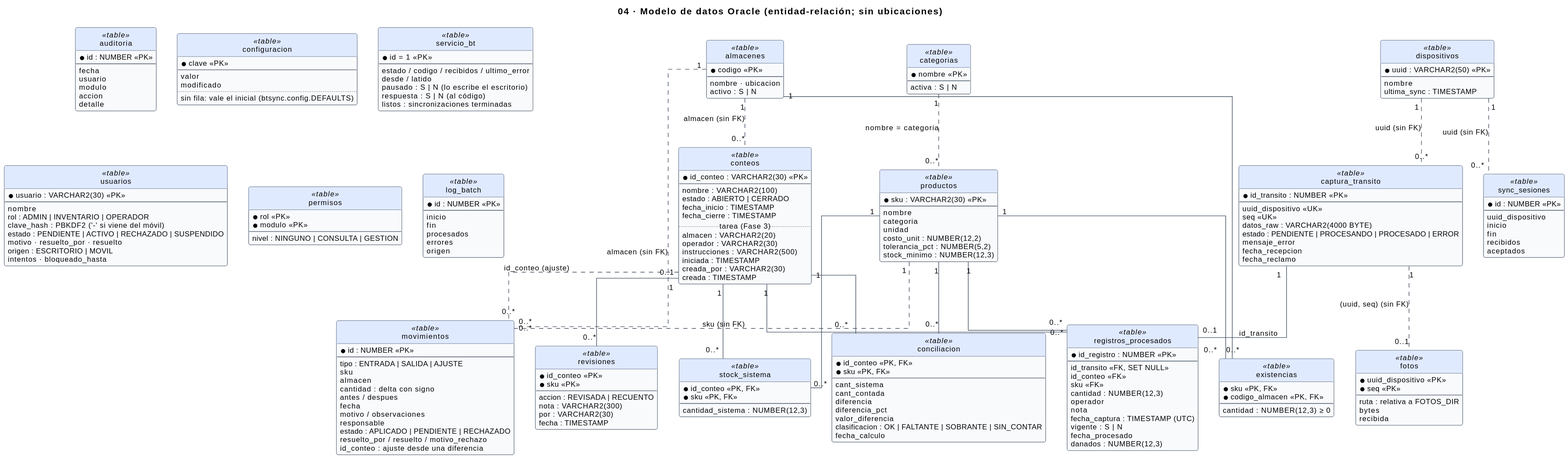
Before: docs/img/uml/04-modelo-datos.svg, a diagram exported from PlantUML (sebas-archive/kardex-bt).
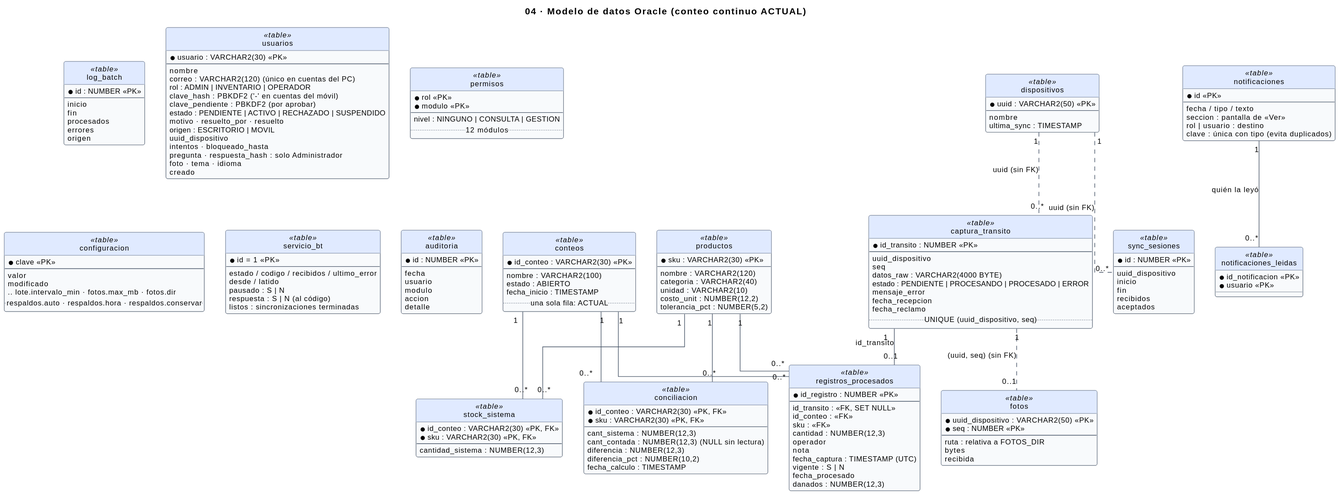
The same file after the commit.

Diff of the diagram source:
```diff
@@ -1,6 +1,6 @@
 @startuml
 !include estilo.iuml
-title 04 · Modelo de datos Oracle (entidad-relación; sin ubicaciones)
+title 04 · Modelo de datos Oracle (conteo continuo ACTUAL)
 hide circle
 skinparam linetype ortho
 
@@ -8,40 +8,148 @@
   * id_conteo : VARCHAR2(30) <<PK>>
   --
   nombre : VARCHAR2(100)
-  estado : ABIERTO | CERRADO
+  estado : ABIERTO
   fecha_inicio : TIMESTAMP
-  fecha_cierre : TIMESTAMP
-  .. tarea (Fase 3) ..
-  almacen : VARCHAR2(20)
-  operador : VARCHAR2(30)
-  instrucciones : VARCHAR2(500)
-  iniciada : TIMESTAMP
-  creada_por : VARCHAR2(30)
-  creada : TIMESTAMP
+  .. una sola fila: ACTUAL ..
 }
-class movimientos <<table>> {
-  * id : NUMBER <<PK>>
+
+class productos <<table>> {
+  * sku : VARCHAR2(30) <<PK>>
   --
-  tipo : ENTRADA | SALIDA | AJUSTE
-  sku
-  almacen
-  cantidad : delta con signo
-  antes / despues
-  fecha
-  motivo / observaciones
-  responsable
-  estado : APLICADO | PENDIENTE | RECHAZADO
-  resuelto_por / resuelto / motivo_rechazo
-  id_conteo : ajuste desde una diferencia
+  nombre : VARCHAR2(120)
+  categoria : VARCHAR2(40)
+  unidad : VARCHAR2(10)
+  costo_unit : NUMBER(12,2)
+  tolerancia_pct : NUMBER(5,2)
 }
+
+class stock_sistema <<table>> {
+  * id_conteo : VARCHAR2(30) <<PK, FK>>
+  * sku : VARCHAR2(30) <<PK, FK>>
+  --
+  cantidad_sistema : NUMBER(12,3)
+}
+
+class dispositivos <<table>> {
+  * uuid : VARCHAR2(50) <<PK>>
+  --
+  nombre
+  ultima_sync : TIMESTAMP
+}
+
+class captura_transito <<table>> {
+  * id_transito : NUMBER <<PK>>
+  --
+  uuid_dispositivo
+  seq
+  datos_raw : VARCHAR2(4000 BYTE)
+  estado : PENDIENTE | PROCESANDO | PROCESADO | ERROR
+  mensaje_error
+  fecha_recepcion
+  fecha_reclamo
+  .. UNIQUE (uuid_dispositivo, seq) ..
+}
+
+class registros_procesados <<table>> {
+  * id_registro : NUMBER <<PK>>
+  --
+  id_transito : <<FK, SET NULL>>
+  id_conteo : <<FK>>
+  sku : <<FK>>
+  cantidad : NUMBER(12,3)
+  operador
+  nota
+  fecha_captura : TIMESTAMP (UTC)
+  vigente : S | N
+  fecha_procesado
+  danados : NUMBER(12,3)
+}
+
+class conciliacion <<table>> {
+  * id_conteo : VARCHAR2(30) <<PK, FK>>
+  * sku : VARCHAR2(30) <<PK, FK>>
+  --
+  cant_sistema : NUMBER(12,3)
+  cant_contada : NUMBER(12,3) (NULL sin lectura)
+  diferencia : NUMBER(12,3)
+  diferencia_pct : NUMBER(10,2)
+  fecha_calculo : TIMESTAMP
+}
+
 class fotos <<table>> {
-  * uuid_dispositivo <<PK>>
-  * seq <<PK>>
+  * uuid_dispositivo : VARCHAR2(50) <<PK>>
+  * seq : NUMBER <<PK>>
   --
   ruta : relativa a FOTOS_DIR
   bytes
   recibida
 }
+
+class sync_sesiones <<table>> {
+  * id : NUMBER <<PK>>
+  --
+  uuid_dispositivo
+  inicio
+  fin
+  recibidos
+  aceptados
+}
+
+class log_batch <<table>> {
+  * id : NUMBER <<PK>>
+  --
+  inicio
+  fin
+  procesados
+  errores
+  origen
+}
+
+class usuarios <<table>> {
+  * usuario : VARCHAR2(30) <<PK>>
+  --
+  nombre
+  correo : VARCHAR2(120) (único en cuentas del PC)
+  rol : ADMIN | INVENTARIO | OPERADOR
+  clave_hash : PBKDF2 ('-' en cuentas del móvil)
+  clave_pendiente : PBKDF2 (por aprobar)
+  estado : PENDIENTE | ACTIVO | RECHAZADO | SUSPENDIDO
+  motivo · resuelto_por · resuelto
+  origen : ESCRITORIO | MOVIL
+  uuid_dispositivo
+  intentos · bloqueado_hasta
+  pregunta · respuesta_hash : solo Administrador
+  foto · tema · idioma
+  creado
+}
+
+class permisos <<table>> {
+  * rol <<PK>>
+  * modulo <<PK>>
+  --
+  nivel : NINGUNO | CONSULTA | GESTION
+  .. 12 módulos ..
+}
+
+class configuracion <<table>> {
+  * clave <<PK>>
+  --
+  valor
+  modificado
+  .. lote.intervalo_min · fotos.max_mb · fotos.dir
+  .. respaldos.auto · respaldos.hora · respaldos.conservar ..
+}
+
+class servicio_bt <<table>> {
+  * id = 1 <<PK>>
+  --
+  estado / codigo / recibidos / ultimo_error
+  desde / latido
+  pausado : S | N
+  respuesta : S | N (al código)
+  listos : sincronizaciones terminadas
+}
+
 class auditoria <<table>> {
   * id : NUMBER <<PK>>
   --
@@ -51,142 +159,19 @@
   accion
   detalle
 }
-class configuracion <<table>> {
-  * clave <<PK>>
+
+class notificaciones <<table>> {
+  * id <<PK>>
   --
-  valor
-  modificado
-  ..
-  sin fila: vale el inicial (btsync.config.DEFAULTS)
+  fecha / tipo / texto
+  seccion : pantalla de «Ver»
+  rol | usuario : destino
+  clave : única con tipo (evita duplicados)
 }
-class servicio_bt <<table>> {
-  * id = 1 <<PK>>
-  --
-  estado / codigo / recibidos / ultimo_error
-  desde / latido
-  pausado : S | N  (lo escribe el escritorio)
-  respuesta : S | N  (al código)
-  listos : sincronizaciones terminadas
-}
-class revisiones <<table>> {
-  * id_conteo <<PK>>
-  * sku <<PK>>
-  --
-  accion : REVISADA | RECUENTO
-  nota : VARCHAR2(300)
-  por : VARCHAR2(30)
-  fecha : TIMESTAMP
-}
-class productos <<table>> {
-  * sku : VARCHAR2(30) <<PK>>
-  --
-  nombre
-  categoria
-  unidad
-  costo_unit : NUMBER(12,2)
-  tolerancia_pct : NUMBER(5,2)
-  stock_minimo : NUMBER(12,3)
-}
-class usuarios <<table>> {
-  * usuario : VARCHAR2(30) <<PK>>
-  --
-  nombre
-  rol : ADMIN | INVENTARIO | OPERADOR
-  clave_hash : PBKDF2 ('-' si viene del móvil)
-  estado : PENDIENTE | ACTIVO | RECHAZADO | SUSPENDIDO
-  motivo · resuelto_por · resuelto
-  origen : ESCRITORIO | MOVIL
-  intentos · bloqueado_hasta
-}
-class categorias <<table>> {
-  * nombre <<PK>>
-  --
-  activa : S | N
-}
-class almacenes <<table>> {
-  * codigo <<PK>>
-  --
-  nombre · ubicacion
-  activo : S | N
-}
-class existencias <<table>> {
-  * sku <<PK, FK>>
-  * codigo_almacen <<PK, FK>>
-  --
-  cantidad : NUMBER(12,3) ≥ 0
-}
-class permisos <<table>> {
-  * rol <<PK>>
-  * modulo <<PK>>
-  --
-  nivel : NINGUNO | CONSULTA | GESTION
-}
-class stock_sistema <<table>> {
-  * id_conteo <<PK, FK>>
-  * sku <<PK, FK>>
-  --
-  cantidad_sistema : NUMBER(12,3)
-}
-class dispositivos <<table>> {
-  * uuid : VARCHAR2(50) <<PK>>
-  --
-  nombre
-  ultima_sync : TIMESTAMP
-}
-class captura_transito <<table>> {
-  * id_transito : NUMBER <<PK>>
-  --
-  uuid_dispositivo <<UK>>
-  seq <<UK>>
-  datos_raw : VARCHAR2(4000 BYTE)
-  estado : PENDIENTE | PROCESANDO | PROCESADO | ERROR
-  mensaje_error
-  fecha_recepcion
-  fecha_reclamo
-}
-class registros_procesados <<table>> {
-  * id_registro : NUMBER <<PK>>
-  --
-  id_transito <<FK, SET NULL>>
-  id_conteo <<FK>>
-  sku <<FK>>
-  cantidad : NUMBER(12,3)
-  operador
-  nota
-  fecha_captura : TIMESTAMP (UTC)
-  vigente : S | N
-  fecha_procesado
-  danados : NUMBER(12,3)
-}
-class conciliacion <<table>> {
-  * id_conteo <<PK, FK>>
-  * sku <<PK, FK>>
-  --
-  cant_sistema
-  cant_contada
-  diferencia
-  diferencia_pct
-  valor_diferencia
-  clasificacion : OK | FALTANTE | SOBRANTE | SIN_CONTAR
-  fecha_calculo
-}
-class sync_sesiones <<table>> {
-  * id : NUMBER <<PK>>
-  --
-  uuid_dispositivo
-  inicio
-  fin
-  recibidos
-  aceptados
-}
-class log_batch <<table>> {
-  * id : NUMBER <<PK>>
-  --
-  inicio
-  fin
-  procesados
-  errores
-  origen
+
+class notificaciones_leidas <<table>> {
+  * id_notificacion <<PK>>
+  * usuario <<PK>>
 }
 
 conteos "1" -- "0..*" stock_sistema
@@ -198,13 +183,6 @@
 productos "1" -- "0..*" conciliacion
 dispositivos "1" .. "0..*" captura_transito : uuid (sin FK)
 dispositivos "1" .. "0..*" sync_sesiones : uuid (sin FK)
-productos "1" -- "0..*" existencias
-almacenes "1" -- "0..*" existencias
-categorias "1" .. "0..*" productos : nombre = categoria
-conteos "1" -- "0..*" revisiones
 captura_transito "1" .. "0..1" fotos : (uuid, seq) (sin FK)
-productos "1" .. "0..*" movimientos : sku (sin FK)
-almacenes "1" .. "0..*" movimientos : almacen (sin FK)
-conteos "0..1" .. "0..*" movimientos : id_conteo (ajuste)
-almacenes "1" .. "0..*" conteos : almacen (sin FK)
+notificaciones "1" -- "0..*" notificaciones_leidas : quién la leyó
 @enduml
```
